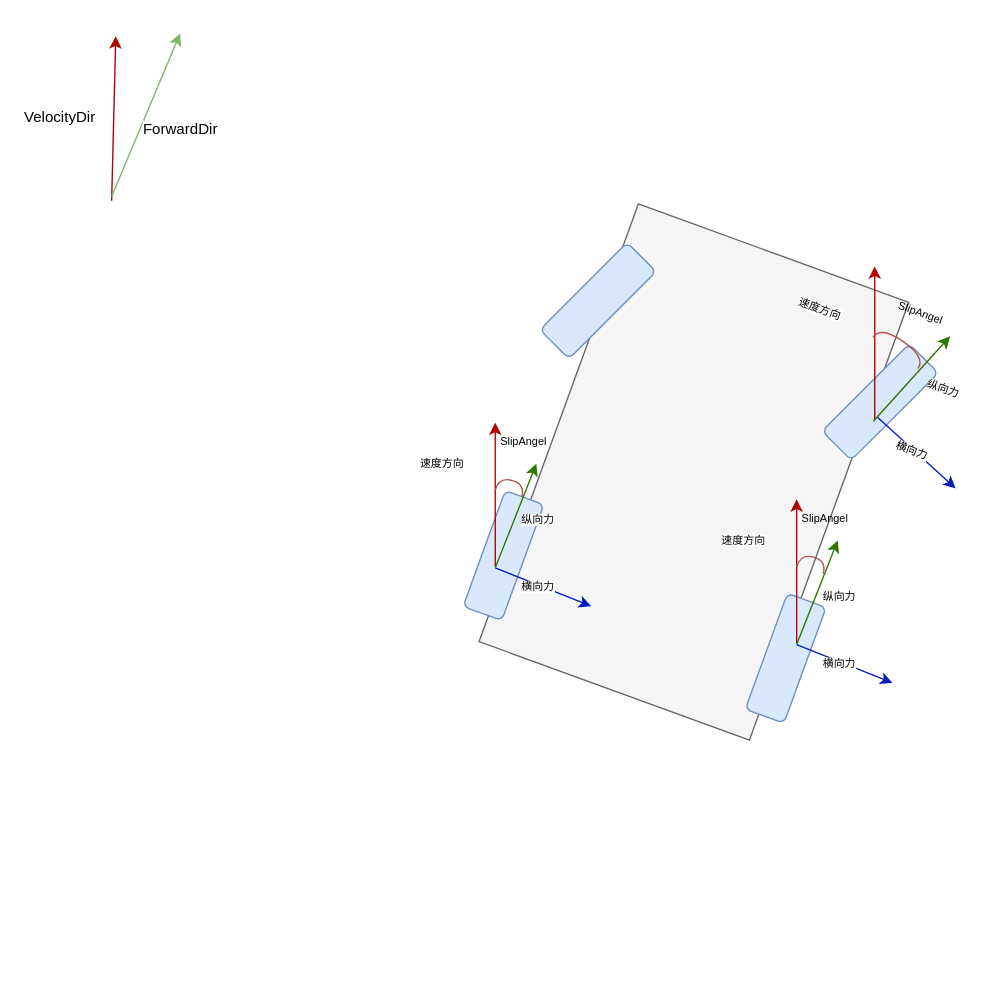
The draw.io diagram Untitled Diagram.drawio in liyuzhel/2048, before the edit. Source tidied: cells renumbered, new cells numbered last; positions are measured from the earlier drawing's top-left corner, leaving out a move shared by most shapes. Both pictures are drawn from the tidied source at 137%, with x=0, y=0 at pixel (111, 33).
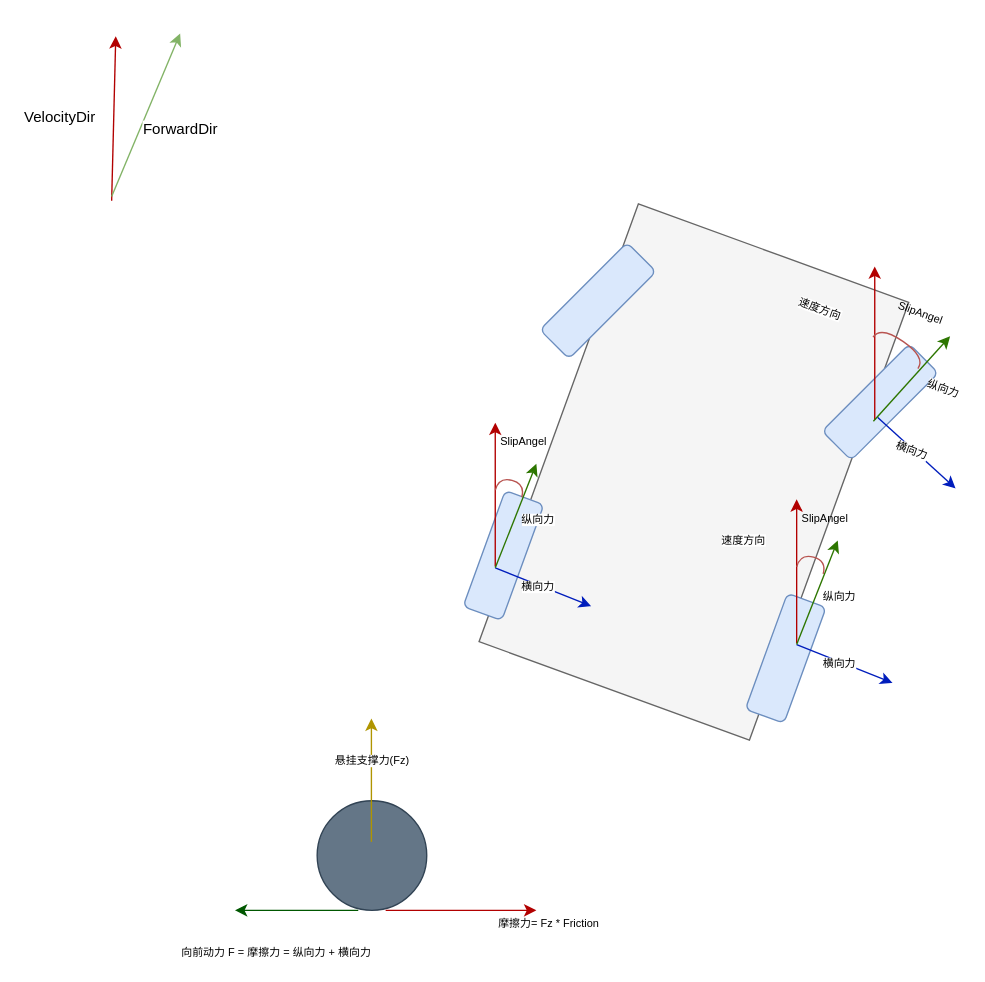
After the change.

Unchanged cells that the change refers to:
```xml
<mxCell id="20" style="endArrow=classic;html=1;fontSize=8;fontColor=#66FF66;curved=1;fillColor=#e51400;strokeColor=#B20000;" parent="19" edge="1">
  <mxGeometry relative="1" as="geometry">
    <mxPoint y="105" as="sourcePoint" />
    <mxPoint as="targetPoint" />
  </mxGeometry>
</mxCell>
```

Diff of the diagram source:
```diff
@@
-    <mxCell id="21" value="速度方向" style="edgeLabel;html=1;align=center;verticalAlign=middle;fontSize=8;fontColor=#000000;" parent="20" vertex="1">
-      <mxGeometry x="0.67" relative="1" as="geometry">
-        <mxPoint x="-40" y="12" as="offset" />
-      </mxGeometry>
-    </mxCell>
@@
+    <mxCell id="38" style="ellipse;whiteSpace=wrap;html=1;fontSize=8;fontColor=#ffffff;fillColor=#647687;strokeColor=#314354;" parent="1" vertex="1">
+      <mxGeometry x="150" y="560" width="80" height="80" as="geometry" />
+    </mxCell>
+    <mxCell id="39" style="endArrow=classic;html=1;fontSize=8;fontColor=#000000;curved=1;fillColor=#e3c800;strokeColor=#B09500;" parent="1" edge="1">
+      <mxGeometry relative="1" as="geometry">
+        <mxPoint x="189.6" y="590" as="sourcePoint" />
+        <mxPoint x="189.6" y="500" as="targetPoint" />
+      </mxGeometry>
+    </mxCell>
+    <mxCell id="40" value="悬挂支撑力(Fz)" style="edgeLabel;html=1;align=center;verticalAlign=middle;fontSize=8;fontColor=#000000;" parent="39" vertex="1">
+      <mxGeometry x="0.65" y="-2" relative="1" as="geometry">
+        <mxPoint x="-2" y="14" as="offset" />
+      </mxGeometry>
+    </mxCell>
+    <mxCell id="41" style="endArrow=classic;html=1;fontSize=8;fontColor=#000000;curved=1;fillColor=#008a00;strokeColor=#005700;" parent="1" edge="1">
+      <mxGeometry relative="1" as="geometry">
+        <mxPoint x="180" y="640" as="sourcePoint" />
+        <mxPoint x="90" y="640" as="targetPoint" />
+      </mxGeometry>
+    </mxCell>
+    <mxCell id="42" value="向前动力 F = 摩擦力 = 纵向力 + 横向力" style="edgeLabel;html=1;align=center;verticalAlign=middle;fontSize=8;fontColor=#000000;" parent="41" vertex="1">
+      <mxGeometry x="0.28" y="2" relative="1" as="geometry">
+        <mxPoint x="-3" y="28" as="offset" />
+      </mxGeometry>
+    </mxCell>
+    <mxCell id="43" value="摩擦力= Fz * Friction&amp;nbsp;" style="endArrow=classic;html=1;fontSize=8;fontColor=#000000;curved=1;fillColor=#e51400;strokeColor=#B20000;" parent="1" edge="1">
+      <mxGeometry x="1" y="-14" relative="1" as="geometry">
+        <mxPoint x="200" y="640" as="sourcePoint" />
+        <mxPoint x="310" y="640" as="targetPoint" />
+        <mxPoint x="10" y="-4" as="offset" />
+      </mxGeometry>
+    </mxCell>
```
